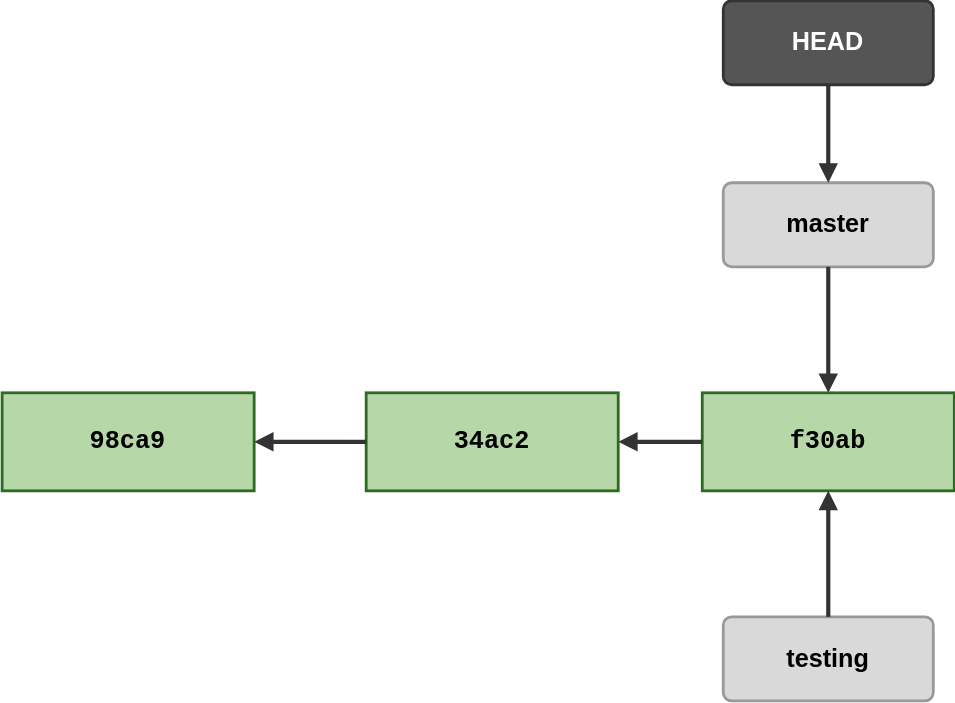
The draw.io diagram slides/04-branch-und-merge/images/head-master-testing.drawio.svg in it-erben/training-git-for-developers, before a commit. Source tidied: cells renumbered, new cells last; positions are measured from the earlier drawing's top-left corner, leaving out a move shared by most shapes.
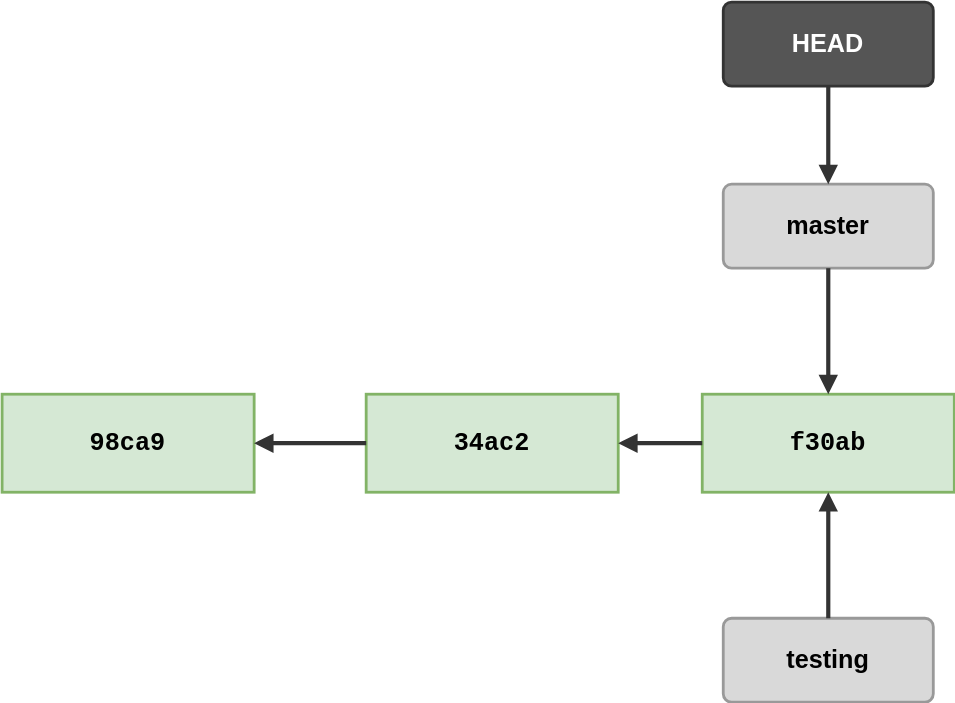
After the change.

Diff of the diagram source:
```diff
@@ -8,13 +8,13 @@
     <mxCell id="3" value="master" style="rounded=1;whiteSpace=wrap;html=1;fillColor=#d9d9d9;strokeColor=#999999;fontStyle=1;fontSize=18;arcSize=10;strokeWidth=2;" parent="1" vertex="1">
       <mxGeometry x="515" y="130" width="150" height="60" as="geometry" />
     </mxCell>
-    <mxCell id="4" value="98ca9" style="rounded=0;whiteSpace=wrap;html=1;fillColor=#b6d7a8;strokeColor=#2d6b22;fontStyle=1;fontSize=18;strokeWidth=2;fontFamily=Courier New;" parent="1" vertex="1">
+    <mxCell id="4" value="98ca9" style="rounded=0;whiteSpace=wrap;html=1;fillColor=#d5e8d4;strokeColor=#82b366;fontStyle=1;fontSize=18;strokeWidth=2;fontFamily=Courier New;" parent="1" vertex="1">
       <mxGeometry y="280" width="180" height="70" as="geometry" />
     </mxCell>
-    <mxCell id="5" value="34ac2" style="rounded=0;whiteSpace=wrap;html=1;fillColor=#b6d7a8;strokeColor=#2d6b22;fontStyle=1;fontSize=18;strokeWidth=2;fontFamily=Courier New;" parent="1" vertex="1">
+    <mxCell id="5" value="34ac2" style="rounded=0;whiteSpace=wrap;html=1;fillColor=#d5e8d4;strokeColor=#82b366;fontStyle=1;fontSize=18;strokeWidth=2;fontFamily=Courier New;" parent="1" vertex="1">
       <mxGeometry x="260" y="280" width="180" height="70" as="geometry" />
     </mxCell>
-    <mxCell id="6" value="f30ab" style="rounded=0;whiteSpace=wrap;html=1;fillColor=#b6d7a8;strokeColor=#2d6b22;fontStyle=1;fontSize=18;strokeWidth=2;fontFamily=Courier New;" parent="1" vertex="1">
+    <mxCell id="6" value="f30ab" style="rounded=0;whiteSpace=wrap;html=1;fillColor=#d5e8d4;strokeColor=#82b366;fontStyle=1;fontSize=18;strokeWidth=2;fontFamily=Courier New;" parent="1" vertex="1">
       <mxGeometry x="500" y="280" width="180" height="70" as="geometry" />
     </mxCell>
     <mxCell id="7" value="testing" style="rounded=1;whiteSpace=wrap;html=1;fillColor=#d9d9d9;strokeColor=#999999;fontStyle=1;fontSize=18;arcSize=10;strokeWidth=2;" parent="1" vertex="1">
```
